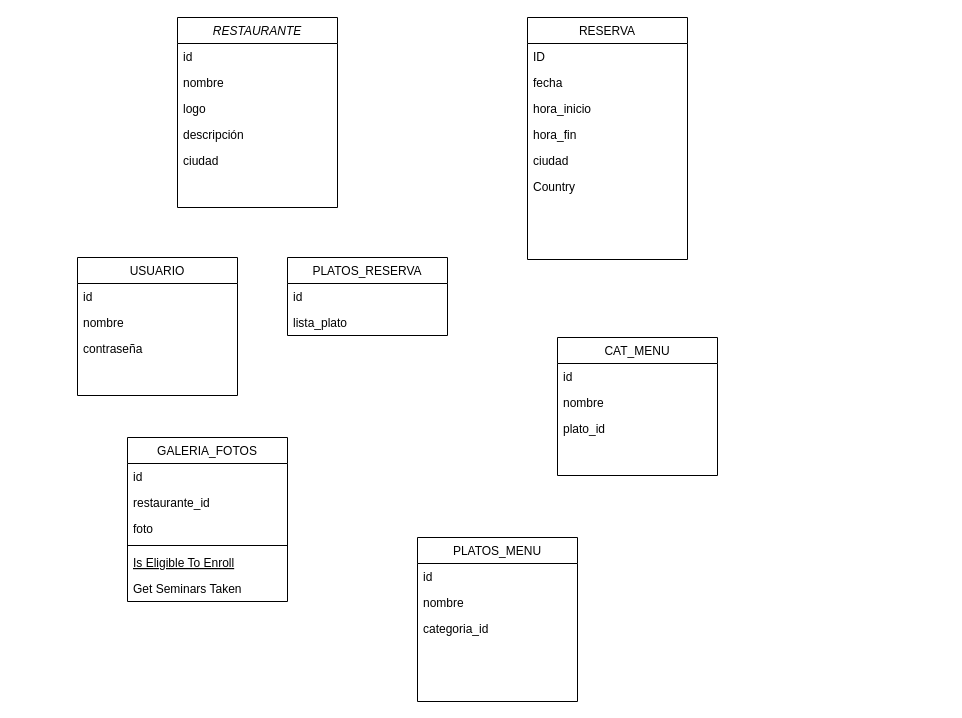
Earlier version of the draw.io diagram Diagrama_pf_movweb.drawio (lourdesvaca/ProgramacionAplicacionesMovilesI-20241). Source tidied: cells renumbered, new cells numbered last; positions are measured from the earlier drawing's top-left corner, leaving out a move shared by most shapes. Both pictures are drawn from the tidied source at 100%, with x=0, y=0 at pixel (77, 17).
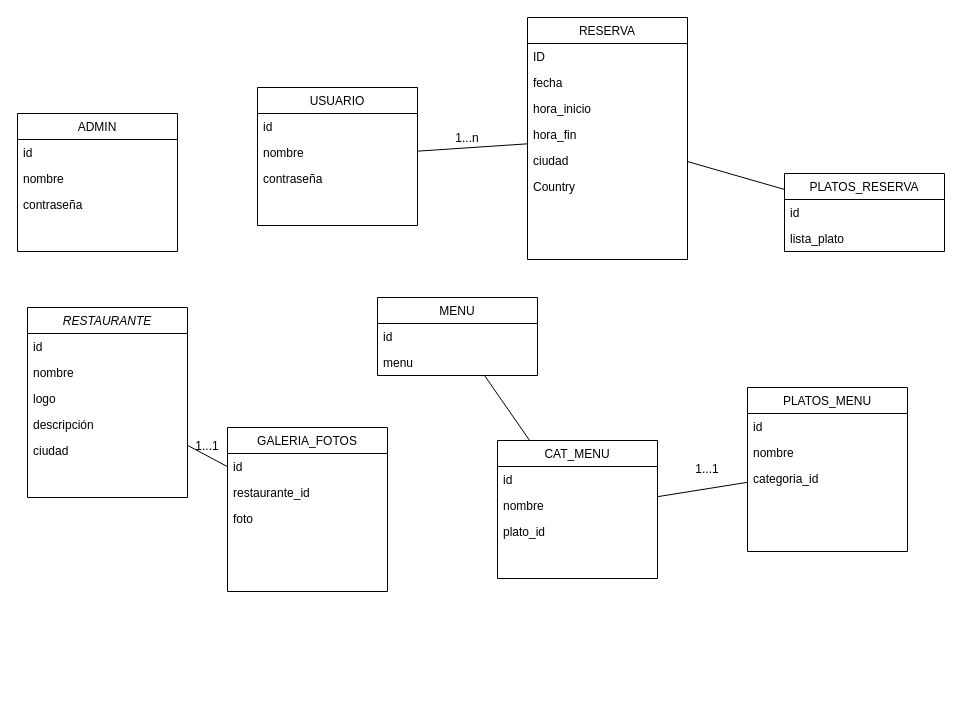
The same page after the edit.

The change refers to these unchanged cells:
```xml
<mxCell id="15" value="RESERVA" style="swimlane;fontStyle=0;align=center;verticalAlign=top;horizontal=1;startSize=26;rounded=0;shadow=0;strokeWidth=1;" parent="1" vertex="1">
  <mxGeometry x="450" width="160" height="242" as="geometry" />
</mxCell>
```

Change to the diagram source:
```diff
@@
     <mxCell id="2" value="RESTAURANTE" style="swimlane;fontStyle=2;align=center;verticalAlign=top;horizontal=1;startSize=26;rounded=0;shadow=0;strokeWidth=1;" parent="1" vertex="1">
-      <mxGeometry x="100" width="160" height="190" as="geometry" />
+      <mxGeometry x="-50" y="290" width="160" height="190" as="geometry" />
     </mxCell>
@@
     <mxCell id="8" value="USUARIO" style="swimlane;fontStyle=0;align=center;verticalAlign=top;horizontal=1;startSize=26;rounded=0;shadow=0;strokeWidth=1;" parent="1" vertex="1">
-      <mxGeometry y="240" width="160" height="138" as="geometry" />
+      <mxGeometry x="180" y="70" width="160" height="138" as="geometry" />
     </mxCell>
@@
     <mxCell id="12" value="PLATOS_RESERVA" style="swimlane;fontStyle=0;align=center;verticalAlign=top;horizontal=1;startSize=26;rounded=0;shadow=0;strokeWidth=1;" parent="1" vertex="1">
-      <mxGeometry x="210" y="240" width="160" height="78" as="geometry" />
+      <mxGeometry x="707" y="156" width="160" height="78" as="geometry" />
     </mxCell>
@@
     <mxCell id="22" value="GALERIA_FOTOS" style="swimlane;fontStyle=0;align=center;verticalAlign=top;horizontal=1;startSize=26;rounded=0;shadow=0;strokeWidth=1;" parent="1" vertex="1">
-      <mxGeometry x="50" y="420" width="160" height="164" as="geometry" />
+      <mxGeometry x="150" y="410" width="160" height="164" as="geometry" />
     </mxCell>
@@
-    <mxCell id="26" style="line;html=1;strokeWidth=1;align=left;verticalAlign=middle;spacingTop=-1;spacingLeft=3;spacingRight=3;labelPosition=right;" parent="22" vertex="1">
-      <mxGeometry y="104" width="160" height="8" as="geometry" />
-    </mxCell>
-    <mxCell id="27" value="Is Eligible To Enroll" style="text;align=left;verticalAlign=top;spacingLeft=4;spacingRight=4;overflow=hidden;fontStyle=4;" parent="22" vertex="1">
-      <mxGeometry y="112" width="160" height="26" as="geometry" />
-    </mxCell>
-    <mxCell id="28" value="Get Seminars Taken" style="text;align=left;verticalAlign=top;spacingLeft=4;spacingRight=4;overflow=hidden;" parent="22" vertex="1">
-      <mxGeometry y="138" width="160" height="26" as="geometry" />
-    </mxCell>
     <mxCell id="29" value="CAT_MENU" style="swimlane;fontStyle=0;align=center;verticalAlign=top;horizontal=1;startSize=26;rounded=0;shadow=0;strokeWidth=1;" parent="1" vertex="1">
-      <mxGeometry x="480" y="320" width="160" height="138" as="geometry" />
+      <mxGeometry x="420" y="423" width="160" height="138" as="geometry" />
     </mxCell>
@@
     <mxCell id="33" value="PLATOS_MENU" style="swimlane;fontStyle=0;align=center;verticalAlign=top;horizontal=1;startSize=26;rounded=0;shadow=0;strokeWidth=1;" parent="1" vertex="1">
-      <mxGeometry x="340" y="520" width="160" height="164" as="geometry" />
+      <mxGeometry x="670" y="370" width="160" height="164" as="geometry" />
     </mxCell>
@@
+    <mxCell id="37" value="ADMIN" style="swimlane;fontStyle=0;align=center;verticalAlign=top;horizontal=1;startSize=26;rounded=0;shadow=0;strokeWidth=1;" parent="1" vertex="1">
+      <mxGeometry x="-60" y="96" width="160" height="138" as="geometry" />
+    </mxCell>
+    <mxCell id="38" value="id" style="text;align=left;verticalAlign=top;spacingLeft=4;spacingRight=4;overflow=hidden;" parent="37" vertex="1">
+      <mxGeometry y="26" width="160" height="26" as="geometry" />
+    </mxCell>
+    <mxCell id="39" value="nombre" style="text;align=left;verticalAlign=top;spacingLeft=4;spacingRight=4;overflow=hidden;rounded=0;shadow=0;html=0;" parent="37" vertex="1">
+      <mxGeometry y="52" width="160" height="26" as="geometry" />
+    </mxCell>
+    <mxCell id="40" value="contraseña" style="text;align=left;verticalAlign=top;spacingLeft=4;spacingRight=4;overflow=hidden;fontStyle=0;" parent="37" vertex="1">
+      <mxGeometry y="78" width="160" height="26" as="geometry" />
+    </mxCell>
+    <mxCell id="41" style="endArrow=none;html=1;rounded=0;" parent="1" edge="1" source="22" target="2">
+      <mxGeometry relative="1" as="geometry" />
+    </mxCell>
+    <mxCell id="42" value="1...1" style="text;html=1;align=center;verticalAlign=middle;whiteSpace=wrap;rounded=0;" parent="1" vertex="1">
+      <mxGeometry x="100" y="414" width="60" height="30" as="geometry" />
+    </mxCell>
+    <mxCell id="43" style="endArrow=none;html=1;rounded=0;" parent="1" edge="1" source="8" target="15">
+      <mxGeometry relative="1" as="geometry" />
+    </mxCell>
+    <mxCell id="44" style="endArrow=none;html=1;rounded=0;" parent="1" edge="1" source="29" target="33">
+      <mxGeometry relative="1" as="geometry" />
+    </mxCell>
+    <mxCell id="45" value="1...1" style="text;html=1;align=center;verticalAlign=middle;whiteSpace=wrap;rounded=0;" parent="1" vertex="1">
+      <mxGeometry x="600" y="437" width="60" height="30" as="geometry" />
+    </mxCell>
+    <mxCell id="46" style="endArrow=none;html=1;rounded=0;" parent="1" edge="1" source="12" target="15">
+      <mxGeometry relative="1" as="geometry" />
+    </mxCell>
+    <mxCell id="47" value="1...n" style="text;html=1;align=center;verticalAlign=middle;whiteSpace=wrap;rounded=0;" parent="1" vertex="1">
+      <mxGeometry x="310" y="106" width="160" height="30" as="geometry" />
+    </mxCell>
+    <mxCell id="48" value="MENU" style="swimlane;fontStyle=0;align=center;verticalAlign=top;horizontal=1;startSize=26;rounded=0;shadow=0;strokeWidth=1;" parent="1" vertex="1">
+      <mxGeometry x="300" y="280" width="160" height="78" as="geometry" />
+    </mxCell>
+    <mxCell id="49" value="id" style="text;align=left;verticalAlign=top;spacingLeft=4;spacingRight=4;overflow=hidden;" parent="48" vertex="1">
+      <mxGeometry y="26" width="160" height="26" as="geometry" />
+    </mxCell>
+    <mxCell id="50" value="menu" style="text;align=left;verticalAlign=top;spacingLeft=4;spacingRight=4;overflow=hidden;" parent="48" vertex="1">
+      <mxGeometry y="52" width="160" height="26" as="geometry" />
+    </mxCell>
+    <mxCell id="51" style="endArrow=none;html=1;rounded=0;" parent="1" edge="1" source="48" target="29">
+      <mxGeometry relative="1" as="geometry" />
+    </mxCell>
```
